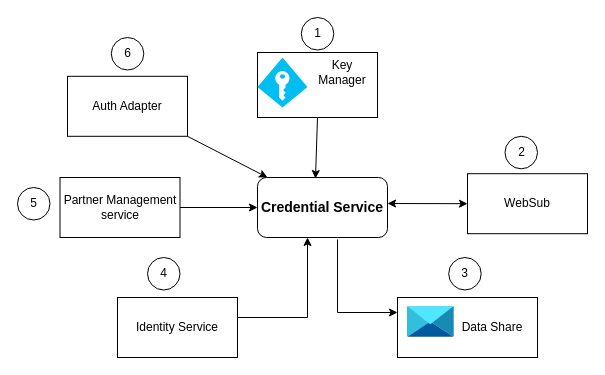
This is docs/_images/credential-service.drawio from mosip/documentation, a draw.io file, before an edit. Source tidied: cells renumbered, new cells numbered last; positions are measured from the earlier drawing's top-left corner, leaving out a move shared by most shapes. Both pictures are drawn from the tidied source at 100%, with x=0, y=0 at pixel (17, 17).
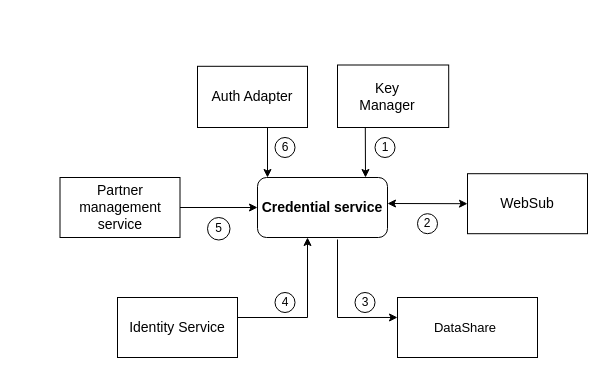
The same diagram, later.

Unchanged cells that the change refers to:
```xml
<mxCell id="7" style="rounded=0;whiteSpace=wrap;html=1;" parent="1" vertex="1">
  <mxGeometry x="380" y="280" width="140" height="60" as="geometry" />
</mxCell>
```

Change to the diagram source:
```diff
@@
     <mxCell id="2" style="rounded=0;whiteSpace=wrap;html=1;" parent="1" vertex="1">
-      <mxGeometry x="240" y="35" width="120" height="65" as="geometry" />
+      <mxGeometry x="320" y="47.5" width="111.2" height="62.5" as="geometry" />
     </mxCell>
-    <mxCell id="3" value="WebSub" style="rounded=0;whiteSpace=wrap;html=1;" parent="1" vertex="1">
+    <mxCell id="3" value="&lt;font style=&quot;font-size: 14px&quot;&gt;WebSub&lt;/font&gt;" style="rounded=0;whiteSpace=wrap;html=1;" parent="1" vertex="1">
       <mxGeometry x="450" y="156.2" width="120" height="60" as="geometry" />
     </mxCell>
-    <mxCell id="4" value="Partner Management service" style="rounded=0;whiteSpace=wrap;html=1;" parent="1" vertex="1">
+    <mxCell id="4" value="&lt;font style=&quot;font-size: 14px&quot;&gt;Partner management service&lt;/font&gt;" style="rounded=0;whiteSpace=wrap;html=1;" parent="1" vertex="1">
       <mxGeometry x="42.5" y="160" width="120" height="60" as="geometry" />
     </mxCell>
-    <mxCell id="5" value="5" style="ellipse;whiteSpace=wrap;html=1;" parent="1" vertex="1">
-      <mxGeometry y="170" width="32.5" height="32.5" as="geometry" />
-    </mxCell>
     <mxCell id="6" value="4" style="ellipse;whiteSpace=wrap;html=1;" parent="1" vertex="1">
-      <mxGeometry x="130" y="240" width="32.5" height="32.5" as="geometry" />
+      <mxGeometry x="257.5" y="275" width="20" height="20" as="geometry" />
     </mxCell>
@@
-    <mxCell id="8" value="Identity Service" style="rounded=0;whiteSpace=wrap;html=1;" parent="1" vertex="1">
+    <mxCell id="8" value="&lt;font style=&quot;font-size: 14px&quot;&gt;Identity Service&lt;/font&gt;" style="rounded=0;whiteSpace=wrap;html=1;" parent="1" vertex="1">
       <mxGeometry x="100" y="280" width="120" height="60" as="geometry" />
     </mxCell>
-    <mxCell id="9" value="3" style="ellipse;whiteSpace=wrap;html=1;" parent="1" vertex="1">
-      <mxGeometry x="431.2" y="240" width="32.5" height="32.5" as="geometry" />
-    </mxCell>
-    <mxCell id="10" value="1" style="ellipse;whiteSpace=wrap;html=1;" parent="1" vertex="1">
-      <mxGeometry x="283.8" width="32.5" height="32.5" as="geometry" />
-    </mxCell>
     <mxCell id="11" value="2" style="ellipse;whiteSpace=wrap;html=1;" parent="1" vertex="1">
-      <mxGeometry x="487.5" y="118.8" width="32.5" height="32.5" as="geometry" />
+      <mxGeometry x="400" y="196.2" width="20" height="20" as="geometry" />
     </mxCell>
-    <mxCell id="12" style="verticalLabelPosition=bottom;html=1;verticalAlign=top;align=center;strokeColor=none;fillColor=#00BEF2;shape=mxgraph.azure.access_control;" parent="1" vertex="1">
-      <mxGeometry x="240" y="40" width="50" height="50" as="geometry" />
-    </mxCell>
-    <mxCell id="13" value="Key Manager" style="text;html=1;strokeColor=none;fillColor=none;align=center;verticalAlign=middle;whiteSpace=wrap;rounded=0;" parent="1" vertex="1">
-      <mxGeometry x="295" y="40" width="60" height="30" as="geometry" />
+    <mxCell id="13" value="&lt;font style=&quot;font-size: 14px&quot;&gt;Key Manager&lt;/font&gt;" style="text;html=1;strokeColor=none;fillColor=none;align=center;verticalAlign=middle;whiteSpace=wrap;rounded=0;" parent="1" vertex="1">
+      <mxGeometry x="340" y="63.8" width="60" height="30" as="geometry" />
     </mxCell>
-    <mxCell id="14" style="html=1;align=center;image;fontSize=12;image=img/lib/azure2/storage/Data_Share_Invitations.svg;" parent="1" vertex="1">
-      <mxGeometry x="390" y="288.5" width="46.9" height="31.5" as="geometry" />
-    </mxCell>
-    <mxCell id="15" value="Data Share" style="text;html=1;strokeColor=none;fillColor=none;align=center;verticalAlign=middle;whiteSpace=wrap;rounded=0;" parent="1" vertex="1">
-      <mxGeometry x="440" y="295" width="70" height="30" as="geometry" />
+    <mxCell id="15" value="&lt;font style=&quot;font-size: 13px&quot;&gt;DataShare&lt;/font&gt;" style="text;html=1;strokeColor=none;fillColor=none;align=center;verticalAlign=middle;whiteSpace=wrap;rounded=0;" parent="1" vertex="1">
+      <mxGeometry x="412.5" y="295" width="70" height="30" as="geometry" />
     </mxCell>
-    <mxCell id="16" value="Auth Adapter" style="rounded=0;whiteSpace=wrap;html=1;" parent="1" vertex="1">
-      <mxGeometry x="50" y="58.8" width="120" height="60" as="geometry" />
+    <mxCell id="16" value="&lt;font style=&quot;font-size: 14px&quot;&gt;Auth Adapter&lt;/font&gt;" style="rounded=0;whiteSpace=wrap;html=1;" parent="1" vertex="1">
+      <mxGeometry x="180" y="48.8" width="110" height="61.2" as="geometry" />
     </mxCell>
     <mxCell id="17" value="6" style="ellipse;whiteSpace=wrap;html=1;" parent="1" vertex="1">
-      <mxGeometry x="93.8" y="20" width="32.5" height="32.5" as="geometry" />
+      <mxGeometry x="257.5" y="120" width="20" height="20" as="geometry" />
     </mxCell>
-    <mxCell id="18" value="&lt;b&gt;&lt;font style=&quot;font-size: 14px&quot;&gt;Credential Service&lt;/font&gt;&lt;/b&gt;" style="rounded=1;whiteSpace=wrap;html=1;" parent="1" vertex="1">
+    <mxCell id="18" value="&lt;b&gt;&lt;font style=&quot;font-size: 14px&quot;&gt;Credential service&lt;/font&gt;&lt;/b&gt;" style="rounded=1;whiteSpace=wrap;html=1;" parent="1" vertex="1">
       <mxGeometry x="240" y="160" width="130" height="60" as="geometry" />
     </mxCell>
-    <mxCell id="19" style="endArrow=classic;html=1;rounded=0;fontSize=14;entryX=0;entryY=0.25;entryDx=0;entryDy=0;" parent="1" edge="1" target="7">
+    <mxCell id="19" style="endArrow=classic;html=1;rounded=0;fontSize=14;entryX=0;entryY=0.333;entryDx=0;entryDy=0;entryPerimeter=0;" parent="1" edge="1" target="7">
       <mxGeometry relative="1" as="geometry">
         <mxPoint x="320" y="222" as="sourcePoint" />
         <Array as="points">
-          <mxPoint x="320" y="295" />
+          <mxPoint x="320" y="300" />
         </Array>
       </mxGeometry>
     </mxCell>
@@
-    <mxCell id="21" style="endArrow=classic;html=1;rounded=0;fontSize=14;exitX=0.5;exitY=1;exitDx=0;exitDy=0;entryX=0.446;entryY=0.017;entryDx=0;entryDy=0;entryPerimeter=0;" parent="1" edge="1" source="2" target="18">
-      <mxGeometry relative="1" as="geometry" />
-    </mxCell>
@@
-    <mxCell id="23" style="endArrow=classic;html=1;rounded=0;fontSize=14;exitX=1;exitY=1;exitDx=0;exitDy=0;" parent="1" edge="1" source="16">
-      <mxGeometry relative="1" as="geometry">
-        <mxPoint x="250" y="160" as="targetPoint" />
-      </mxGeometry>
-    </mxCell>
@@
+    <mxCell id="25" style="endArrow=classic;html=1;rounded=0;fontSize=14;exitX=0.25;exitY=1;exitDx=0;exitDy=0;" parent="1" edge="1" source="2">
+      <mxGeometry relative="1" as="geometry">
+        <mxPoint x="348" y="160" as="targetPoint" />
+      </mxGeometry>
+    </mxCell>
+    <mxCell id="26" style="endArrow=classic;html=1;rounded=0;fontSize=14;" parent="1" edge="1">
+      <mxGeometry relative="1" as="geometry">
+        <mxPoint x="250" y="110" as="sourcePoint" />
+        <mxPoint x="250" y="160" as="targetPoint" />
+      </mxGeometry>
+    </mxCell>
+    <mxCell id="5" value="5" style="ellipse;whiteSpace=wrap;html=1;" parent="1" vertex="1">
+      <mxGeometry x="190" y="200" width="22.5" height="22.5" as="geometry" />
+    </mxCell>
+    <mxCell id="9" value="3" style="ellipse;whiteSpace=wrap;html=1;" parent="1" vertex="1">
+      <mxGeometry x="337.5" y="275" width="20" height="20" as="geometry" />
+    </mxCell>
+    <mxCell id="10" value="1" style="ellipse;whiteSpace=wrap;html=1;" parent="1" vertex="1">
+      <mxGeometry x="357.5" y="120" width="20" height="20" as="geometry" />
+    </mxCell>
```
